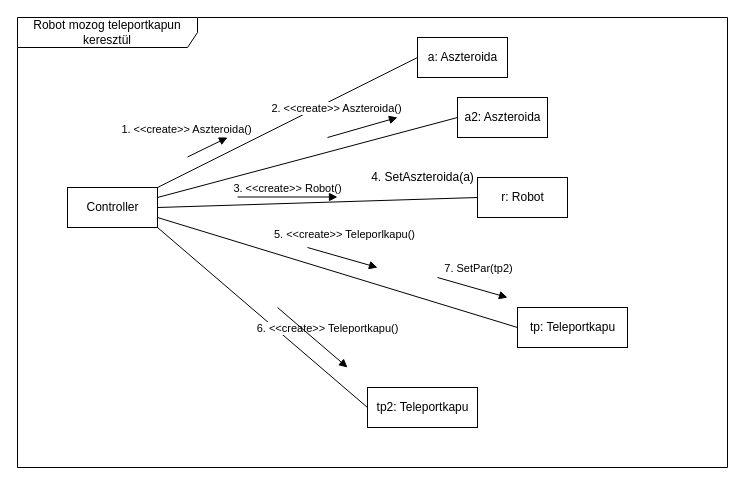
The draw.io diagram page "robot_komm_diag" (3 of 5) of doc/uml/szekvencia_tpkapu.drawio in torpeBoiGo/aszteroidabanyaszat, before the edit. Source tidied: cells renumbered, new cells numbered last; positions are measured from the earlier drawing's top-left corner, leaving out a move shared by most shapes. Both pictures are drawn from the tidied source at 100%, with x=0, y=0 at pixel (17, 17).
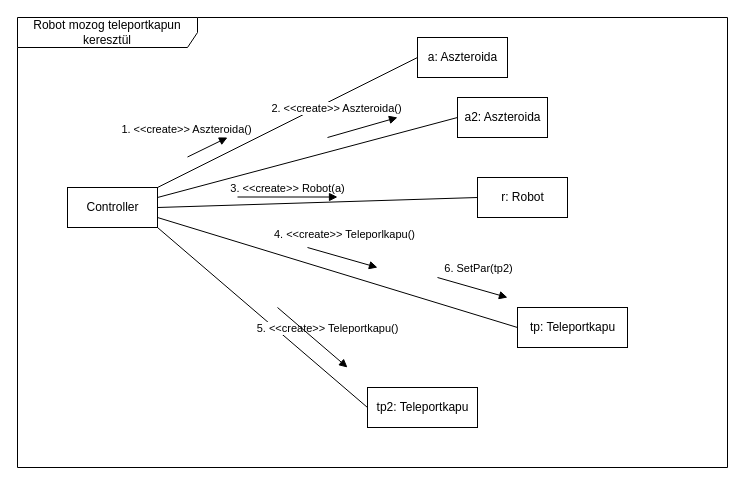
After the change.

Commit message:
robotnak van konstruktora

Unchanged cells that the change refers to:
```xml
<mxCell id="3" value="r: Robot" style="html=1;" parent="1" vertex="1">
  <mxGeometry x="460" y="160" width="90" height="40" as="geometry" />
</mxCell>
<mxCell id="5" value="tp: Teleportkapu" style="html=1;" parent="1" vertex="1">
  <mxGeometry x="500" y="290" width="110" height="40" as="geometry" />
</mxCell>
<mxCell id="6" value="Controller" style="html=1;" parent="1" vertex="1">
  <mxGeometry x="50" y="170" width="90" height="40" as="geometry" />
</mxCell>
<mxCell id="14" value="tp2: Teleportkapu" style="html=1;" parent="1" vertex="1">
  <mxGeometry x="350" y="370" width="110" height="40" as="geometry" />
</mxCell>
```

Change to the diagram source:
```diff
@@
-    <mxCell id="7" value="3. &amp;lt;&amp;lt;create&amp;gt;&amp;gt; Robot()" style="html=1;verticalAlign=bottom;endArrow=none;exitX=1;exitY=0.5;exitDx=0;exitDy=0;entryX=0;entryY=0.5;entryDx=0;entryDy=0;endFill=0;" parent="1" edge="1" source="6" target="3">
+    <mxCell id="7" value="3. &amp;lt;&amp;lt;create&amp;gt;&amp;gt; Robot(a)" style="html=1;verticalAlign=bottom;endArrow=none;exitX=1;exitY=0.5;exitDx=0;exitDy=0;entryX=0;entryY=0.5;entryDx=0;entryDy=0;endFill=0;" parent="1" edge="1" source="6" target="3">
       <mxGeometry x="-0.19" y="6" relative="1" as="geometry" />
     </mxCell>
@@
-    <mxCell id="9" value="5. &amp;lt;&amp;lt;create&amp;gt;&amp;gt; Teleporlkapu()" style="html=1;verticalAlign=bottom;endArrow=none;entryX=0;entryY=0.5;entryDx=0;entryDy=0;endFill=0;" parent="1" edge="1" target="5">
+    <mxCell id="9" value="4. &amp;lt;&amp;lt;create&amp;gt;&amp;gt; Teleporlkapu()" style="html=1;verticalAlign=bottom;endArrow=none;entryX=0;entryY=0.5;entryDx=0;entryDy=0;endFill=0;" parent="1" edge="1" target="5">
       <mxGeometry x="-0.01" y="30" relative="1" as="geometry">
         <mxPoint x="140" y="200" as="sourcePoint" />
       </mxGeometry>
     </mxCell>
@@
-    <mxCell id="15" value="6. &amp;lt;&amp;lt;create&amp;gt;&amp;gt; Teleportkapu()" style="html=1;verticalAlign=bottom;endArrow=none;exitX=1;exitY=1;exitDx=0;exitDy=0;entryX=0;entryY=0.5;entryDx=0;entryDy=0;endFill=0;" parent="1" edge="1" source="6" target="14">
+    <mxCell id="15" value="5. &amp;lt;&amp;lt;create&amp;gt;&amp;gt; Teleportkapu()" style="html=1;verticalAlign=bottom;endArrow=none;exitX=1;exitY=1;exitDx=0;exitDy=0;entryX=0;entryY=0.5;entryDx=0;entryDy=0;endFill=0;" parent="1" edge="1" source="6" target="14">
       <mxGeometry x="0.45" y="27" relative="1" as="geometry" />
     </mxCell>
-    <mxCell id="16" value="7. SetPar(tp2)" style="html=1;verticalAlign=bottom;endArrow=block;" parent="1" edge="1">
+    <mxCell id="16" value="6. SetPar(tp2)" style="html=1;verticalAlign=bottom;endArrow=block;" parent="1" edge="1">
       <mxGeometry x="0.06" y="11" relative="1" as="geometry">
         <mxPoint x="420" y="260" as="sourcePoint" />
         <mxPoint x="490" y="280" as="targetPoint" />
       </mxGeometry>
     </mxCell>
@@
-    <mxCell id="20" style="html=1;verticalAlign=bottom;endArrow=block;" parent="1" edge="1" source="21">
+    <mxCell id="20" style="html=1;verticalAlign=bottom;endArrow=block;" parent="1" edge="1">
       <mxGeometry x="0.06" y="11" relative="1" as="geometry">
+        <mxPoint x="450" y="170" as="sourcePoint" />
         <mxPoint x="450" y="170" as="targetPoint" />
       </mxGeometry>
     </mxCell>
-    <mxCell id="21" value="4. SetAszteroida(a)" style="text;html=1;align=center;verticalAlign=middle;points=[];" parent="1" vertex="1">
-      <mxGeometry x="345" y="150" width="120" height="20" as="geometry" />
-    </mxCell>
-    <mxCell id="22" style="html=1;verticalAlign=bottom;endArrow=block;" parent="1" edge="1" target="21">
+    <mxCell id="22" style="html=1;verticalAlign=bottom;endArrow=block;" parent="1" edge="1">
       <mxGeometry x="0.06" y="11" relative="1" as="geometry">
         <mxPoint x="350" y="170" as="sourcePoint" />
+        <mxPoint x="350" y="170" as="targetPoint" />
       </mxGeometry>
     </mxCell>
```
